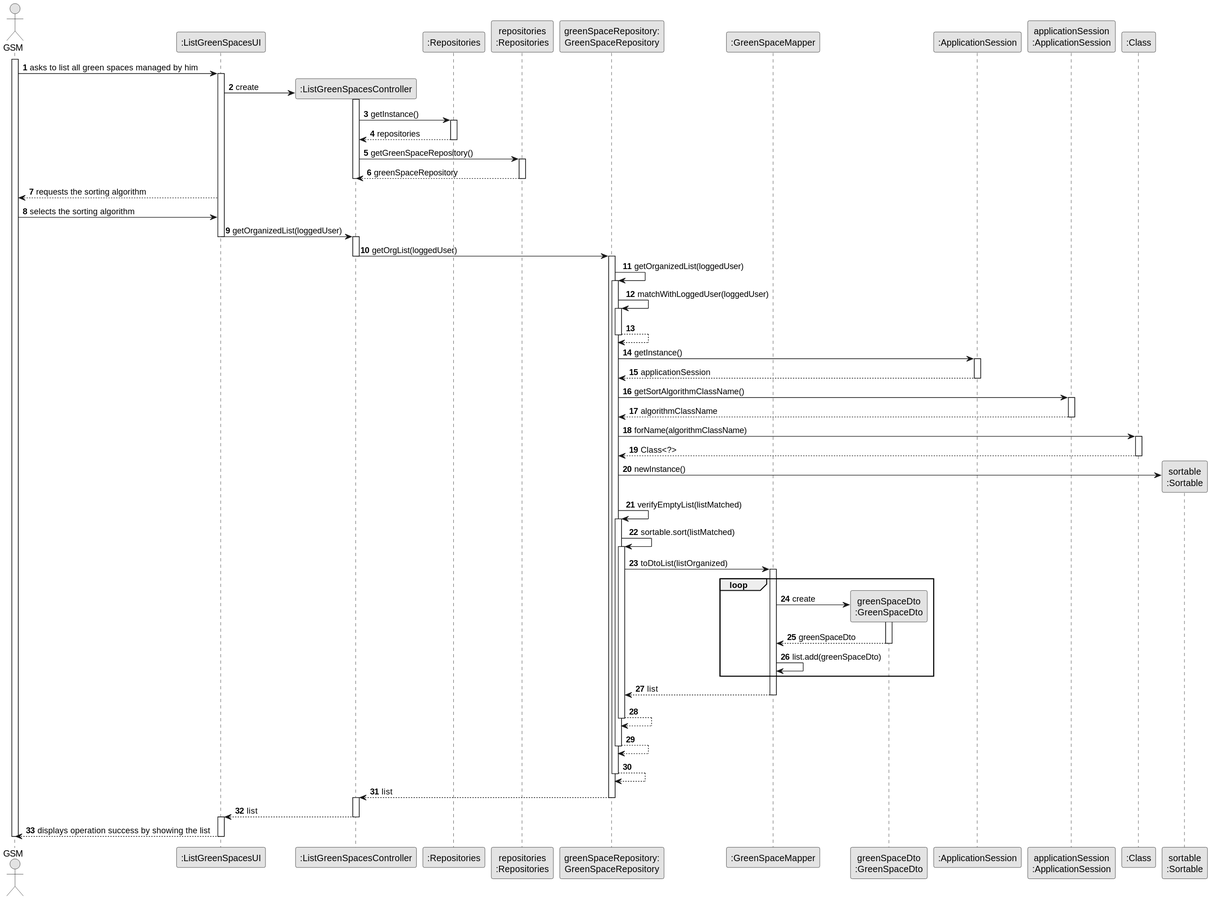
Above: docs/sprintC/us027/03.design/svg/us027-sequence-diagram-full.svg in ricardomm7/leaflink (PlantUML), before the change.
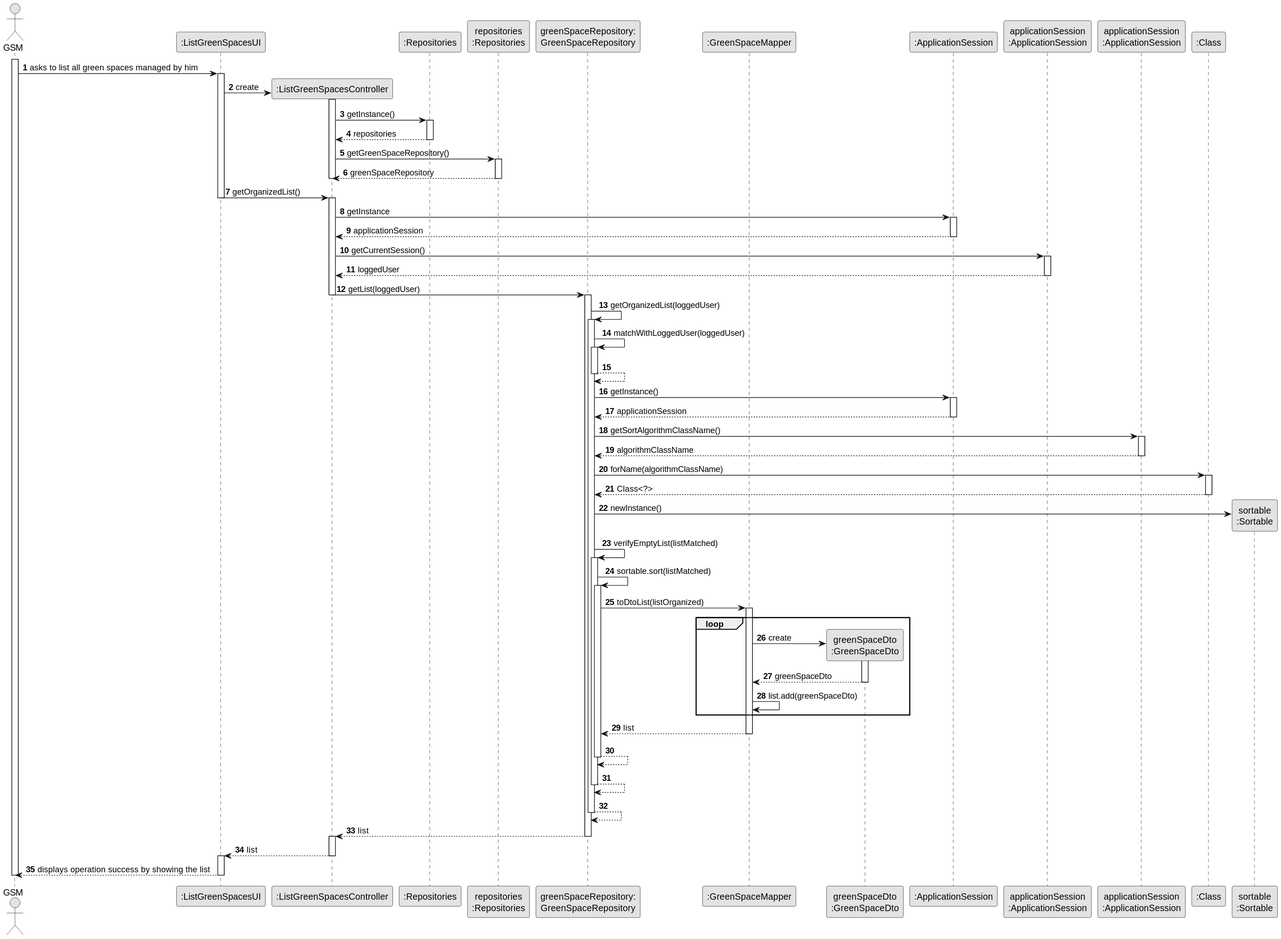
Later version of the same file.

The edit, as a diff of the source:
```diff
@@ -15,6 +15,7 @@
 participant ":GreenSpaceMapper" as mapper
 participant "greenSpaceDto\n:GreenSpaceDto" as dto
 participant ":ApplicationSession" as ApplicationSession
+participant "applicationSession\n:ApplicationSession" as applicationSession1
 participant "applicationSession\n:ApplicationSession" as applicationSession
 participant ":Class" as Class
 participant "sortable\n:Sortable" as SortAlgorithms
@@ -34,14 +35,20 @@
 deactivate CTRL
 
 deactivate PLAT
-UI --> GSM : requests the sorting algorithm
-GSM -> UI : selects the sorting algorithm
-UI -> CTRL : getOrganizedList(loggedUser)
+UI -> CTRL : getOrganizedList()
 deactivate UI
 activate CTRL
+CTRL -> ApplicationSession : getInstance
+activate ApplicationSession
+ApplicationSession --> CTRL : applicationSession
+deactivate ApplicationSession
+CTRL -> applicationSession1 : getCurrentSession()
+activate applicationSession1
+applicationSession1 --> CTRL : loggedUser
+deactivate applicationSession1
 
 
-CTRL -> GreenSpaceRepo : getOrgList(loggedUser)
+CTRL -> GreenSpaceRepo : getList(loggedUser)
 deactivate CTRL
 
 activate GreenSpaceRepo
```
